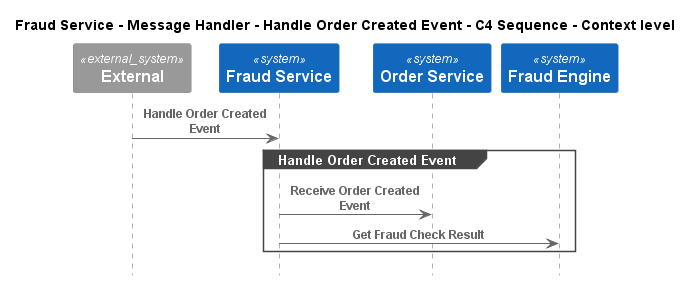
Before: e-commerce-platform/Software Systems/Fraud Service/Containers/Message Handler/Interfaces/Handle Order Created Event/Context - C4 Sequence.png, a diagram exported from PlantUML (C4InterFlow/architecture-as-code-samples). Source of this version:
```plantuml
@startuml
!pragma layout smetana
!include ..\..\..\..\..\..\.c4s\C4_Sequence.puml

title Fraud Service - Message Handler - Handle Order Created Event - C4 Sequence - Context level

System_Ext(C4InterFlow.SoftwareSystems.ExternalSystem, "External", "")
System(ECommercePlatform.SoftwareSystems.FraudService, "Fraud Service", "")
System(ECommercePlatform.SoftwareSystems.OrderService, "Order Service", "")
System(ECommercePlatform.SoftwareSystems.FraudEngine, "Fraud Engine", "")

Rel(C4InterFlow.SoftwareSystems.ExternalSystem, ECommercePlatform.SoftwareSystems.FraudService, "Handle Order Created Event")
group Handle Order Created Event
Rel(ECommercePlatform.SoftwareSystems.FraudService, ECommercePlatform.SoftwareSystems.OrderService, "Receive Order Created Event")
Rel(ECommercePlatform.SoftwareSystems.FraudService, ECommercePlatform.SoftwareSystems.FraudEngine, "Get Fraud Check Result")
end


@enduml
```
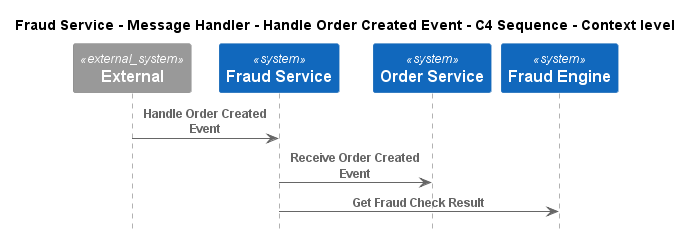
After the commit.

What changed in the source:
```diff
@@ -10,10 +10,8 @@
 System(ECommercePlatform.SoftwareSystems.FraudEngine, "Fraud Engine", "")
 
 Rel(C4InterFlow.SoftwareSystems.ExternalSystem, ECommercePlatform.SoftwareSystems.FraudService, "Handle Order Created Event")
-group Handle Order Created Event
 Rel(ECommercePlatform.SoftwareSystems.FraudService, ECommercePlatform.SoftwareSystems.OrderService, "Receive Order Created Event")
 Rel(ECommercePlatform.SoftwareSystems.FraudService, ECommercePlatform.SoftwareSystems.FraudEngine, "Get Fraud Check Result")
-end
 
 
 @enduml
```
